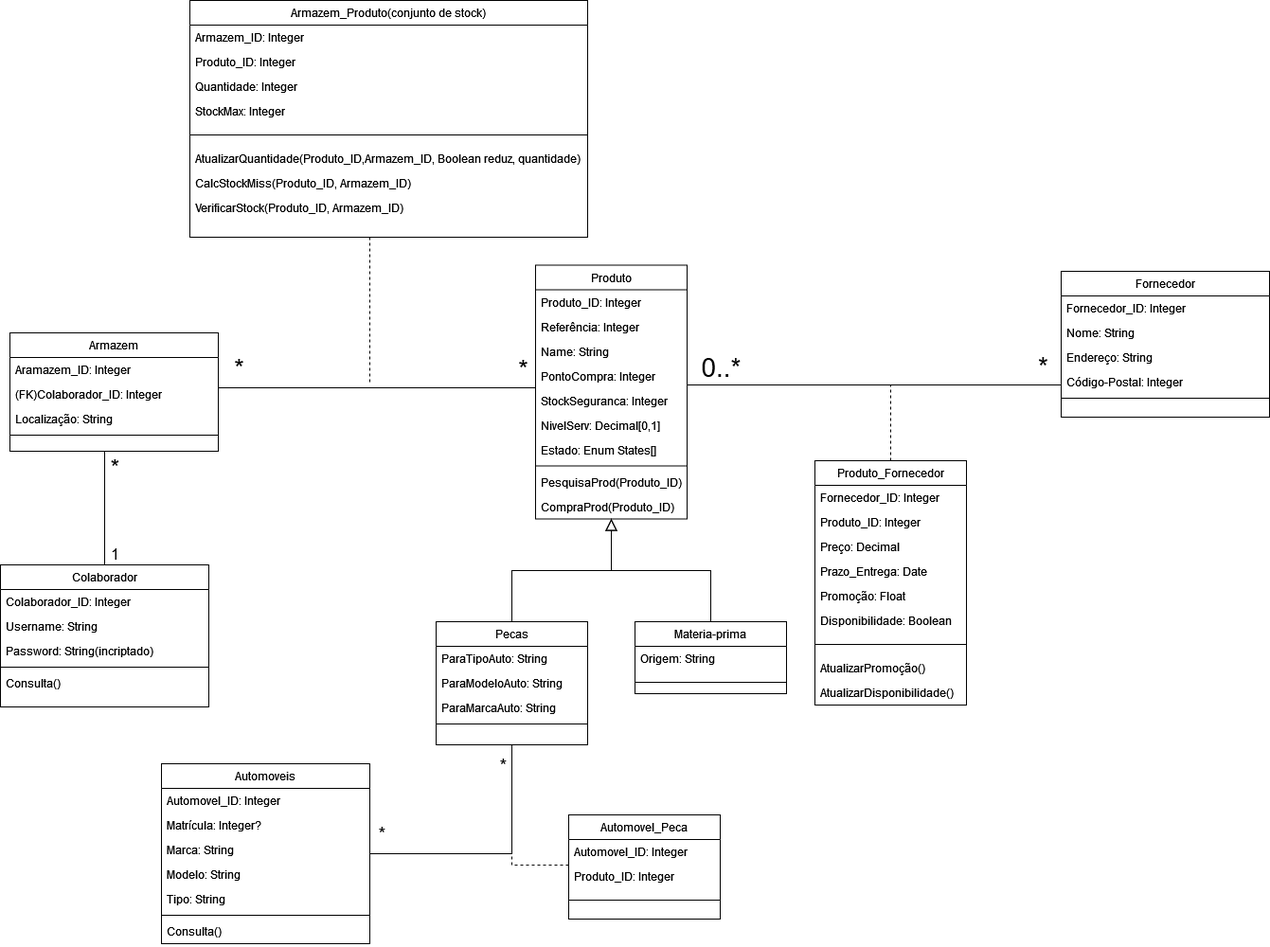
Earlier version of the draw.io export wwwroot/documents/Grupo2/RicardoAndrade/DiagramaClasse_CompraFornecedor_RicardoAndrade_1705258.png (noellopes/CarManufactoring). Source tidied: cells renumbered, new cells last; positions are measured from the earlier drawing's top-left corner, leaving out a move shared by most shapes.
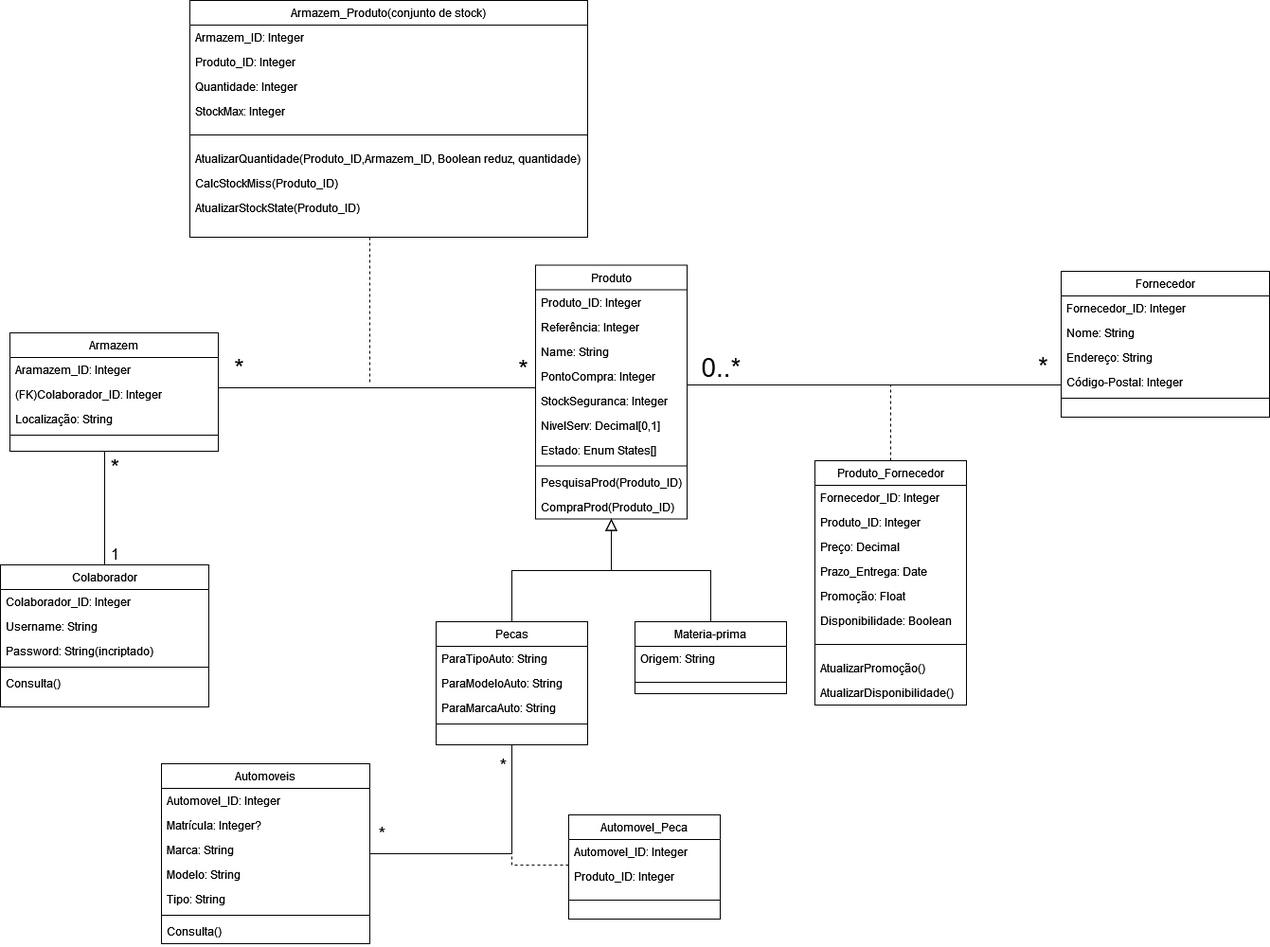
After the change.

Commit message:
Update details and image based on software engineering work

Change to the diagram source:
```diff
@@ -199,10 +199,10 @@
     <mxCell id="58" value="AtualizarQuantidade(Produto_ID,Armazem_ID, Boolean reduz, quantidade)" style="text;align=left;verticalAlign=top;spacingLeft=4;spacingRight=4;overflow=hidden;" parent="52" vertex="1">
       <mxGeometry y="154" width="420" height="26" as="geometry" />
     </mxCell>
-    <mxCell id="59" value="CalcStockMiss(Produto_ID, Armazem_ID)" style="text;align=left;verticalAlign=top;spacingLeft=4;spacingRight=4;overflow=hidden;" parent="52" vertex="1">
+    <mxCell id="59" value="CalcStockMiss(Produto_ID)" style="text;align=left;verticalAlign=top;spacingLeft=4;spacingRight=4;overflow=hidden;" parent="52" vertex="1">
       <mxGeometry y="180" width="420" height="26" as="geometry" />
     </mxCell>
-    <mxCell id="60" value="VerificarStock(Produto_ID, Armazem_ID)" style="text;align=left;verticalAlign=top;spacingLeft=4;spacingRight=4;overflow=hidden;" parent="52" vertex="1">
+    <mxCell id="60" value="AtualizarStockState(Produto_ID)" style="text;align=left;verticalAlign=top;spacingLeft=4;spacingRight=4;overflow=hidden;" parent="52" vertex="1">
       <mxGeometry y="206" width="420" height="26" as="geometry" />
     </mxCell>
     <mxCell id="61" style="edgeStyle=orthogonalEdgeStyle;rounded=0;jettySize=auto;html=1;endArrow=none;endFill=0;" parent="1" edge="1" source="64" target="43">
```
